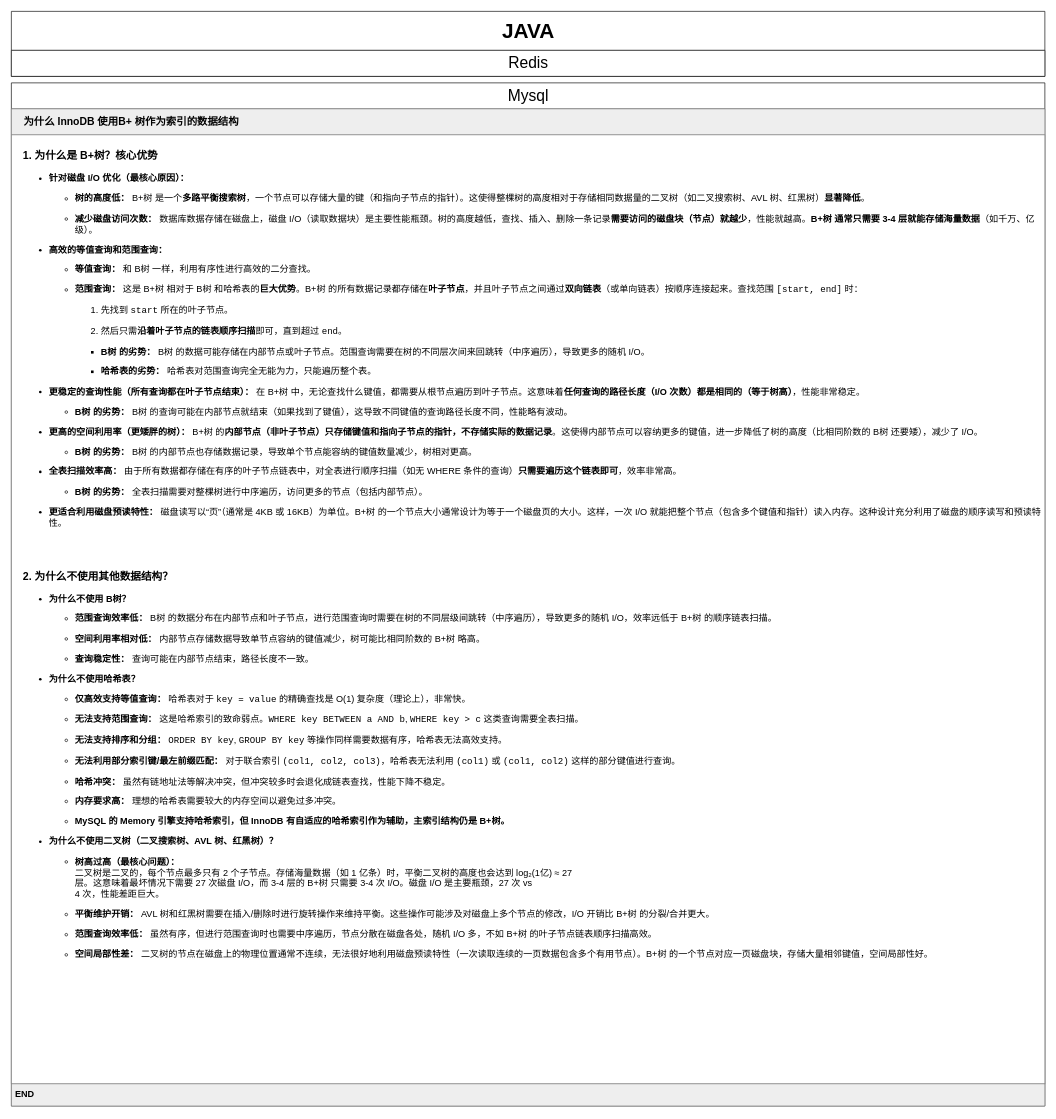
This is page "第 1 页" (1 of 2) of java.drawio from ljq199612/diagram, a draw.io file, before an edit. Source tidied: cells renumbered, new cells numbered last; positions are measured from the earlier drawing's top-left corner, leaving out a move shared by most shapes. Both pictures are drawn from the tidied source at 65%, with x=0, y=0 at pixel (11, 11).
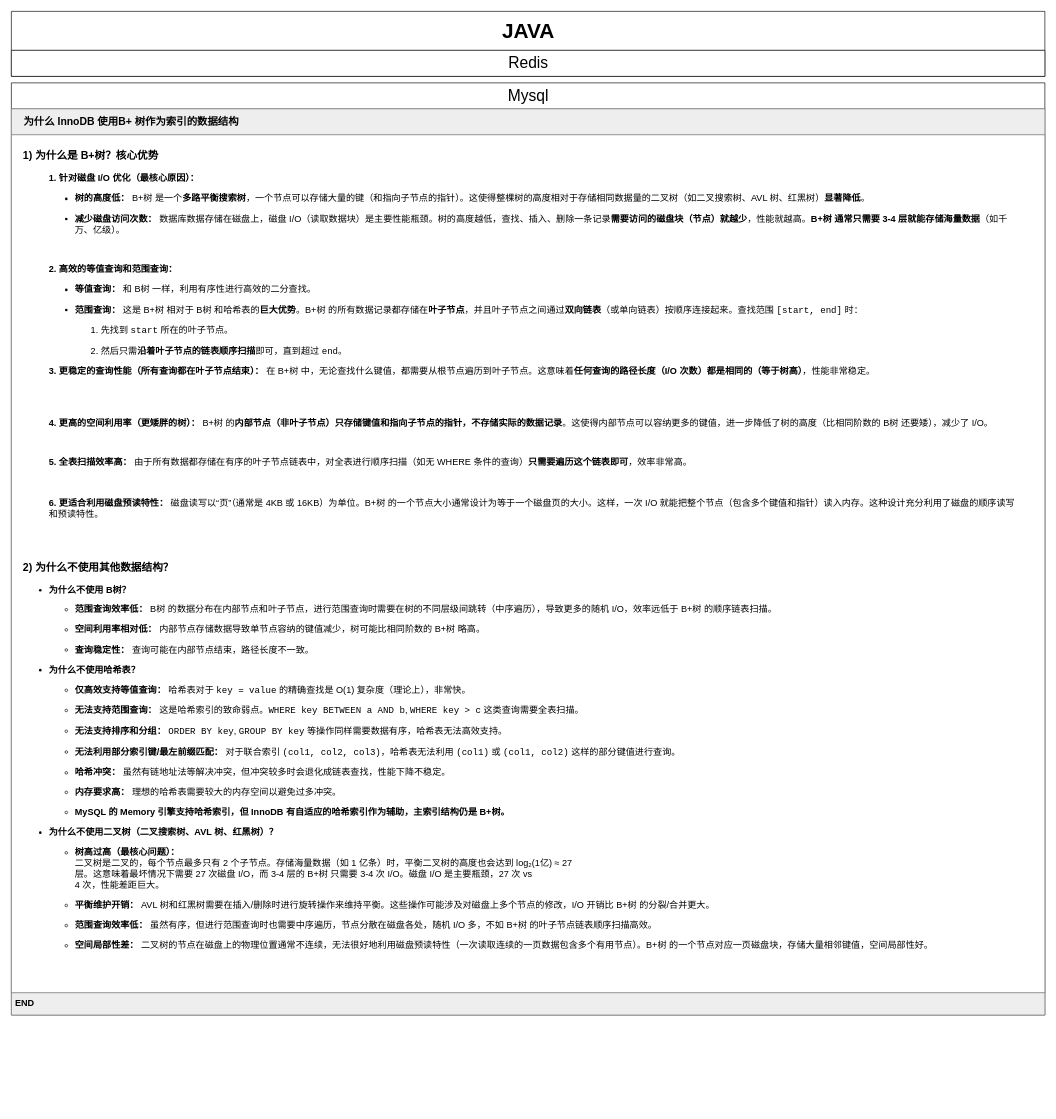
The same page after the edit.

Change to the diagram source:
```diff
@@
 <mxGraphModel>
   <root>
     <mxCell id="0" />
     <mxCell id="1" parent="0" />
     <mxCell id="2" value="&lt;font style=&quot;font-size: 32px;&quot;&gt;&lt;b&gt;JAVA&lt;/b&gt;&lt;/font&gt;" style="swimlane;fontStyle=0;horizontal=1;startSize=60;fillColor=default;html=1;" parent="1" vertex="1">
       <mxGeometry width="1590" height="100" as="geometry" />
     </mxCell>
     <mxCell id="3" value="&lt;font style=&quot;font-size: 24px;&quot;&gt;Redis&lt;/font&gt;" style="swimlane;fontStyle=0;horizontal=1;startSize=40;fillColor=default;html=1;" parent="2" vertex="1" collapsed="1">
       <mxGeometry y="60" width="1590" height="40" as="geometry" />
     </mxCell>
     <mxCell id="4" value="&lt;font style=&quot;font-size: 24px;&quot;&gt;Mysql&lt;/font&gt;" style="swimlane;fontStyle=0;horizontal=1;startSize=40;fillColor=default;html=1;" parent="1" vertex="1">
-      <mxGeometry y="110" width="1590" height="1574" as="geometry" />
+      <mxGeometry y="110" width="1590" height="1434" as="geometry" />
     </mxCell>
     <mxCell id="5" value="&lt;div align=&quot;left&quot;&gt;&lt;font style=&quot;font-size: 16px;&quot;&gt;&lt;b&gt;为什么&amp;nbsp;&lt;/b&gt;&lt;/font&gt;&lt;font style=&quot;font-size: 16px;&quot;&gt;&lt;b&gt;InnoDB 使用B+ 树作为索引的数据结构&lt;/b&gt;&lt;/font&gt;&lt;/div&gt;" style="swimlane;fontStyle=0;horizontal=1;startSize=40;fillColor=#EEEEEE;html=1;strokeColor=#808080;align=left;spacingLeft=17;" parent="4" vertex="1">
-      <mxGeometry y="40" width="1590" height="1500" as="geometry" />
+      <mxGeometry y="40" width="1590" height="1360" as="geometry" />
     </mxCell>
-    <mxCell id="6" value="&lt;h3&gt;1. 为什么是 B+树？核心优势&lt;/h3&gt;&lt;ul&gt;&lt;li&gt;&lt;p class=&quot;ds-markdown-paragraph&quot;&gt;&lt;strong&gt;针对磁盘 I/O 优化（最核心原因）：&lt;/strong&gt;&lt;/p&gt;&lt;ul&gt;&lt;li&gt;&lt;p class=&quot;ds-markdown-paragraph&quot;&gt;&lt;strong&gt;树的高度低：&lt;/strong&gt; B+树 是一个&lt;strong&gt;多路平衡搜索树&lt;/strong&gt;，一个节点可以存储大量的键（和指向子节点的指针）。这使得整棵树的高度相对于存储相同数据量的二叉树（如二叉搜索树、AVL 树、红黑树）&lt;strong&gt;显著降低&lt;/strong&gt;。&lt;/p&gt;&lt;/li&gt;&lt;li&gt;&lt;p class=&quot;ds-markdown-paragraph&quot;&gt;&lt;strong&gt;减少磁盘访问次数：&lt;/strong&gt; 数据库数据存储在磁盘上，磁盘 I/O（读取数据块）是主要性能瓶颈。树的高度越低，查找、插入、删除一条记录&lt;strong&gt;需要访问的磁盘块（节点）就越少&lt;/strong&gt;，性能就越高。&lt;b&gt;B+树 通常只需要 3-4 层就能存储海量数据&lt;/b&gt;（如千万、亿级）。&lt;/p&gt;&lt;/li&gt;&lt;/ul&gt;&lt;/li&gt;&lt;li&gt;&lt;p class=&quot;ds-markdown-paragraph&quot;&gt;&lt;strong&gt;高效的等值查询和范围查询：&lt;/strong&gt;&lt;/p&gt;&lt;ul&gt;&lt;li&gt;&lt;p class=&quot;ds-markdown-paragraph&quot;&gt;&lt;strong&gt;等值查询：&lt;/strong&gt; 和 B树 一样，利用有序性进行高效的二分查找。&lt;/p&gt;&lt;/li&gt;&lt;li&gt;&lt;p class=&quot;ds-markdown-paragraph&quot;&gt;&lt;strong&gt;范围查询：&lt;/strong&gt; 这是 B+树 相对于 B树 和哈希表的&lt;strong&gt;巨大优势&lt;/strong&gt;。B+树 的所有数据记录都存储在&lt;strong&gt;叶子节点&lt;/strong&gt;，并且叶子节点之间通过&lt;strong&gt;双向链表&lt;/strong&gt;（或单向链表）按顺序连接起来。查找范围 &lt;code&gt;[start, end]&lt;/code&gt; 时：&lt;/p&gt;&lt;ol start=&quot;1&quot;&gt;&lt;li&gt;&lt;p class=&quot;ds-markdown-paragraph&quot;&gt;先找到 &lt;code&gt;start&lt;/code&gt; 所在的叶子节点。&lt;/p&gt;&lt;/li&gt;&lt;li&gt;&lt;p class=&quot;ds-markdown-paragraph&quot;&gt;然后只需&lt;strong&gt;沿着叶子节点的链表顺序扫描&lt;/strong&gt;即可，直到超过 &lt;code&gt;end&lt;/code&gt;。&lt;/p&gt;&lt;/li&gt;&lt;/ol&gt;&lt;ul&gt;&lt;li&gt;&lt;p class=&quot;ds-markdown-paragraph&quot;&gt;&lt;strong&gt;B树 的劣势：&lt;/strong&gt; B树 的数据可能存储在内部节点或叶子节点。范围查询需要在树的不同层次间来回跳转（中序遍历），导致更多的随机 I/O。&lt;/p&gt;&lt;/li&gt;&lt;li&gt;&lt;p class=&quot;ds-markdown-paragraph&quot;&gt;&lt;strong&gt;哈希表的劣势：&lt;/strong&gt; 哈希表对范围查询完全无能为力，只能遍历整个表。&lt;/p&gt;&lt;/li&gt;&lt;/ul&gt;&lt;/li&gt;&lt;/ul&gt;&lt;/li&gt;&lt;li&gt;&lt;p class=&quot;ds-markdown-paragraph&quot;&gt;&lt;strong&gt;更稳定的查询性能（所有查询都在叶子节点结束）：&lt;/strong&gt; 在 B+树 中，无论查找什么键值，都需要从根节点遍历到叶子节点。这意味着&lt;strong&gt;任何查询的路径长度（I/O 次数）都是相同的（等于树高）&lt;/strong&gt;，性能非常稳定。&lt;/p&gt;&lt;ul&gt;&lt;li&gt;&lt;p class=&quot;ds-markdown-paragraph&quot;&gt;&lt;strong&gt;B树 的劣势：&lt;/strong&gt; B树 的查询可能在内部节点就结束（如果找到了键值），这导致不同键值的查询路径长度不同，性能略有波动。&lt;/p&gt;&lt;/li&gt;&lt;/ul&gt;&lt;/li&gt;&lt;li&gt;&lt;p class=&quot;ds-markdown-paragraph&quot;&gt;&lt;strong&gt;更高的空间利用率（更矮胖的树）：&lt;/strong&gt; B+树 的&lt;strong&gt;内部节点（非叶子节点）只存储键值和指向子节点的指针，不存储实际的数据记录&lt;/strong&gt;。这使得内部节点可以容纳更多的键值，进一步降低了树的高度（比相同阶数的 B树 还要矮），减少了 I/O。&lt;/p&gt;&lt;ul&gt;&lt;li&gt;&lt;p class=&quot;ds-markdown-paragraph&quot;&gt;&lt;strong&gt;B树 的劣势：&lt;/strong&gt; B树 的内部节点也存储数据记录，导致单个节点能容纳的键值数量减少，树相对更高。&lt;/p&gt;&lt;/li&gt;&lt;/ul&gt;&lt;/li&gt;&lt;li&gt;&lt;p class=&quot;ds-markdown-paragraph&quot;&gt;&lt;strong&gt;全表扫描效率高：&lt;/strong&gt; 由于所有数据都存储在有序的叶子节点链表中，对全表进行顺序扫描（如无 WHERE 条件的查询）&lt;strong&gt;只需要遍历这个链表即可&lt;/strong&gt;，效率非常高。&lt;/p&gt;&lt;ul&gt;&lt;li&gt;&lt;p class=&quot;ds-markdown-paragraph&quot;&gt;&lt;strong&gt;B树 的劣势：&lt;/strong&gt; 全表扫描需要对整棵树进行中序遍历，访问更多的节点（包括内部节点）。&lt;/p&gt;&lt;/li&gt;&lt;/ul&gt;&lt;/li&gt;&lt;li&gt;&lt;p class=&quot;ds-markdown-paragraph&quot;&gt;&lt;strong&gt;更适合利用磁盘预读特性：&lt;/strong&gt; 磁盘读写以“页”（通常是 4KB 或 16KB）为单位。B+树 的一个节点大小通常设计为等于一个磁盘页的大小。这样，一次 I/O 就能把整个节点（包含多个键值和指针）读入内存。这种设计充分利用了磁盘的顺序读写和预读特性。&lt;/p&gt;&lt;/li&gt;&lt;/ul&gt;&lt;div&gt;&lt;br&gt;&lt;/div&gt;&lt;div&gt;&lt;br&gt;&lt;/div&gt;&lt;div&gt;&lt;h3&gt;2. 为什么不使用其他数据结构？&lt;/h3&gt;&lt;ul&gt;&lt;li&gt;&lt;p class=&quot;ds-markdown-paragraph&quot;&gt;&lt;strong&gt;为什么不使用 B树？&lt;/strong&gt;&lt;/p&gt;&lt;ul&gt;&lt;li&gt;&lt;p class=&quot;ds-markdown-paragraph&quot;&gt;&lt;strong&gt;范围查询效率低：&lt;/strong&gt; B树 的数据分布在内部节点和叶子节点，进行范围查询时需要在树的不同层级间跳转（中序遍历），导致更多的随机 I/O，效率远低于 B+树 的顺序链表扫描。&lt;/p&gt;&lt;/li&gt;&lt;li&gt;&lt;p class=&quot;ds-markdown-paragraph&quot;&gt;&lt;strong&gt;空间利用率相对低：&lt;/strong&gt; 内部节点存储数据导致单节点容纳的键值减少，树可能比相同阶数的 B+树 略高。&lt;/p&gt;&lt;/li&gt;&lt;li&gt;&lt;p class=&quot;ds-markdown-paragraph&quot;&gt;&lt;strong&gt;查询稳定性：&lt;/strong&gt; 查询可能在内部节点结束，路径长度不一致。&lt;/p&gt;&lt;/li&gt;&lt;/ul&gt;&lt;/li&gt;&lt;li&gt;&lt;p class=&quot;ds-markdown-paragraph&quot;&gt;&lt;strong&gt;为什么不使用哈希表？&lt;/strong&gt;&lt;/p&gt;&lt;ul&gt;&lt;li&gt;&lt;p class=&quot;ds-markdown-paragraph&quot;&gt;&lt;strong&gt;仅高效支持等值查询：&lt;/strong&gt; 哈希表对于 &lt;code&gt;key = value&lt;/code&gt; 的精确查找是 O(1) 复杂度（理论上），非常快。&lt;/p&gt;&lt;/li&gt;&lt;li&gt;&lt;p class=&quot;ds-markdown-paragraph&quot;&gt;&lt;strong&gt;无法支持范围查询：&lt;/strong&gt; 这是哈希索引的致命弱点。&lt;code&gt;WHERE key BETWEEN a AND b&lt;/code&gt;, &lt;code&gt;WHERE key &amp;gt; c&lt;/code&gt; 这类查询需要全表扫描。&lt;/p&gt;&lt;/li&gt;&lt;li&gt;&lt;p class=&quot;ds-markdown-paragraph&quot;&gt;&lt;strong&gt;无法支持排序和分组：&lt;/strong&gt; &lt;code&gt;ORDER BY key&lt;/code&gt;, &lt;code&gt;GROUP BY key&lt;/code&gt; 等操作同样需要数据有序，哈希表无法高效支持。&lt;/p&gt;&lt;/li&gt;&lt;li&gt;&lt;p class=&quot;ds-markdown-paragraph&quot;&gt;&lt;strong&gt;无法利用部分索引键/最左前缀匹配：&lt;/strong&gt; 对于联合索引 &lt;code&gt;(col1, col2, col3)&lt;/code&gt;，哈希表无法利用 &lt;code&gt;(col1)&lt;/code&gt; 或 &lt;code&gt;(col1, col2)&lt;/code&gt; 这样的部分键值进行查询。&lt;/p&gt;&lt;/li&gt;&lt;li&gt;&lt;p class=&quot;ds-markdown-paragraph&quot;&gt;&lt;strong&gt;哈希冲突：&lt;/strong&gt; 虽然有链地址法等解决冲突，但冲突较多时会退化成链表查找，性能下降不稳定。&lt;/p&gt;&lt;/li&gt;&lt;li&gt;&lt;p class=&quot;ds-markdown-paragraph&quot;&gt;&lt;strong&gt;内存要求高：&lt;/strong&gt; 理想的哈希表需要较大的内存空间以避免过多冲突。&lt;/p&gt;&lt;/li&gt;&lt;li&gt;&lt;p class=&quot;ds-markdown-paragraph&quot;&gt;&lt;strong&gt;MySQL 的 Memory 引擎支持哈希索引，但 InnoDB 有自适应的哈希索引作为辅助，主索引结构仍是 B+树。&lt;/strong&gt;&lt;/p&gt;&lt;/li&gt;&lt;/ul&gt;&lt;/li&gt;&lt;li&gt;&lt;p class=&quot;ds-markdown-paragraph&quot;&gt;&lt;strong&gt;为什么不使用二叉树（二叉搜索树、AVL 树、红黑树）？&lt;/strong&gt;&lt;/p&gt;&lt;ul&gt;&lt;li&gt;&lt;p class=&quot;ds-markdown-paragraph&quot;&gt;&lt;strong&gt;树高过高（最核心问题）：&lt;/strong&gt;&lt;br&gt; 二叉树是二叉的，每个节点最多只有 2 个子节点。存储海量数据（如 1 亿条）时，平衡二叉树的高度也会达到 log₂(1亿) ≈ 27 &lt;br&gt;层。这意味着最坏情况下需要 27 次磁盘 I/O，而 3-4 层的 B+树 只需要 3-4 次 I/O。磁盘 I/O 是主要瓶颈，27 次 vs&lt;br&gt; 4 次，性能差距巨大。&lt;/p&gt;&lt;/li&gt;&lt;li&gt;&lt;p class=&quot;ds-markdown-paragraph&quot;&gt;&lt;strong&gt;平衡维护开销：&lt;/strong&gt; AVL 树和红黑树需要在插入/删除时进行旋转操作来维持平衡。这些操作可能涉及对磁盘上多个节点的修改，I/O 开销比 B+树 的分裂/合并更大。&lt;/p&gt;&lt;/li&gt;&lt;li&gt;&lt;p class=&quot;ds-markdown-paragraph&quot;&gt;&lt;strong&gt;范围查询效率低：&lt;/strong&gt; 虽然有序，但进行范围查询时也需要中序遍历，节点分散在磁盘各处，随机 I/O 多，不如 B+树 的叶子节点链表顺序扫描高效。&lt;/p&gt;&lt;/li&gt;&lt;li&gt;&lt;p class=&quot;ds-markdown-paragraph&quot;&gt;&lt;strong&gt;空间局部性差：&lt;/strong&gt; 二叉树的节点在磁盘上的物理位置通常不连续，无法很好地利用磁盘预读特性（一次读取连续的一页数据包含多个有用节点）。B+树 的一个节点对应一页磁盘块，存储大量相邻键值，空间局部性好。&lt;/p&gt;&lt;/li&gt;&lt;/ul&gt;&lt;/li&gt;&lt;/ul&gt;&lt;br&gt;&lt;/div&gt;" style="text;align=left;verticalAlign=top;spacingLeft=16;spacingRight=4;overflow=hidden;whiteSpace=wrap;html=1;fontSize=14;fillColor=default;strokeColor=#808080;" parent="5" vertex="1">
-      <mxGeometry y="40" width="1590" height="1460" as="geometry" />
+    <mxCell id="6" value="&lt;h3&gt;1) 为什么是 B+树？核心优势&lt;/h3&gt;&lt;blockquote&gt;&lt;div align=&quot;left&quot;&gt;&lt;p class=&quot;ds-markdown-paragraph&quot;&gt;&lt;strong&gt;1. 针对磁盘 I/O 优化（最核心原因）：&lt;/strong&gt;&lt;/p&gt;&lt;ul&gt;&lt;li&gt;&lt;p class=&quot;ds-markdown-paragraph&quot;&gt;&lt;strong&gt;树的高度低：&lt;/strong&gt; B+树 是一个&lt;strong&gt;多路平衡搜索树&lt;/strong&gt;，一个节点可以存储大量的键（和指向子节点的指针）。这使得整棵树的高度相对于存储相同数据量的二叉树（如二叉搜索树、AVL 树、红黑树）&lt;strong&gt;显著降低&lt;/strong&gt;。&lt;/p&gt;&lt;/li&gt;&lt;li&gt;&lt;p class=&quot;ds-markdown-paragraph&quot;&gt;&lt;strong&gt;减少磁盘访问次数：&lt;/strong&gt; 数据库数据存储在磁盘上，磁盘 I/O（读取数据块）是主要性能瓶颈。树的高度越低，查找、插入、删除一条记录&lt;strong&gt;需要访问的磁盘块（节点）就越少&lt;/strong&gt;，性能就越高。&lt;b&gt;B+树 通常只需要 3-4 层就能存储海量数据&lt;/b&gt;（如千万、亿级）。&lt;/p&gt;&lt;/li&gt;&lt;/ul&gt;&lt;br&gt;&lt;p class=&quot;ds-markdown-paragraph&quot;&gt;&lt;strong&gt;2. 高效的等值查询和范围查询：&lt;/strong&gt;&lt;/p&gt;&lt;ul&gt;&lt;li&gt;&lt;p class=&quot;ds-markdown-paragraph&quot;&gt;&lt;strong&gt;等值查询：&lt;/strong&gt; 和 B树 一样，利用有序性进行高效的二分查找。&lt;/p&gt;&lt;/li&gt;&lt;li&gt;&lt;p class=&quot;ds-markdown-paragraph&quot;&gt;&lt;strong&gt;范围查询：&lt;/strong&gt; 这是 B+树 相对于 B树 和哈希表的&lt;strong&gt;巨大优势&lt;/strong&gt;。B+树 的所有数据记录都存储在&lt;strong&gt;叶子节点&lt;/strong&gt;，并且叶子节点之间通过&lt;strong&gt;双向链表&lt;/strong&gt;（或单向链表）按顺序连接起来。查找范围 &lt;code&gt;[start, end]&lt;/code&gt; 时：&lt;/p&gt;&lt;ol start=&quot;1&quot;&gt;&lt;li&gt;&lt;p class=&quot;ds-markdown-paragraph&quot;&gt;先找到 &lt;code&gt;start&lt;/code&gt; 所在的叶子节点。&lt;/p&gt;&lt;/li&gt;&lt;li&gt;&lt;p class=&quot;ds-markdown-paragraph&quot;&gt;然后只需&lt;strong&gt;沿着叶子节点的链表顺序扫描&lt;/strong&gt;即可，直到超过 &lt;code&gt;end&lt;/code&gt;。&lt;/p&gt;&lt;/li&gt;&lt;/ol&gt;&lt;/li&gt;&lt;/ul&gt;&lt;p class=&quot;ds-markdown-paragraph&quot;&gt;&lt;strong&gt;3. 更稳定的查询性能（所有查询都在叶子节点结束）：&lt;/strong&gt; 在 B+树 中，无论查找什么键值，都需要从根节点遍历到叶子节点。这意味着&lt;strong&gt;任何查询的路径长度（I/O 次数）都是相同的（等于树高）&lt;/strong&gt;，性能非常稳定。&lt;/p&gt;&lt;br&gt;&lt;br&gt;&lt;p class=&quot;ds-markdown-paragraph&quot;&gt;&lt;strong&gt;4. 更高的空间利用率（更矮胖的树）：&lt;/strong&gt; B+树 的&lt;strong&gt;内部节点（非叶子节点）只存储键值和指向子节点的指针，不存储实际的数据记录&lt;/strong&gt;。这使得内部节点可以容纳更多的键值，进一步降低了树的高度（比相同阶数的 B树 还要矮），减少了 I/O。&lt;/p&gt;&lt;p class=&quot;ds-markdown-paragraph&quot;&gt;&lt;strong&gt;&lt;br&gt;&lt;/strong&gt;&lt;/p&gt;&lt;p class=&quot;ds-markdown-paragraph&quot;&gt;&lt;strong&gt;5. 全表扫描效率高：&lt;/strong&gt; 由于所有数据都存储在有序的叶子节点链表中，对全表进行顺序扫描（如无 WHERE 条件的查询）&lt;strong&gt;只需要遍历这个链表即可&lt;/strong&gt;，效率非常高。&lt;/p&gt;&lt;p class=&quot;ds-markdown-paragraph&quot;&gt;&lt;strong&gt;&lt;br&gt;&lt;/strong&gt;&lt;/p&gt;&lt;p class=&quot;ds-markdown-paragraph&quot;&gt;&lt;strong&gt;6. 更适合利用磁盘预读特性：&lt;/strong&gt; 磁盘读写以“页”（通常是 4KB 或 16KB）为单位。B+树 的一个节点大小通常设计为等于一个磁盘页的大小。这样，一次 I/O 就能把整个节点（包含多个键值和指针）读入内存。这种设计充分利用了磁盘的顺序读写和预读特性。&lt;/p&gt;&lt;/div&gt;&lt;/blockquote&gt;&lt;div&gt;&lt;br&gt;&lt;/div&gt;&lt;div&gt;&lt;br&gt;&lt;/div&gt;&lt;div&gt;&lt;h3&gt;2) 为什么不使用其他数据结构？&lt;/h3&gt;&lt;ul&gt;&lt;li&gt;&lt;p class=&quot;ds-markdown-paragraph&quot;&gt;&lt;strong&gt;为什么不使用 B树？&lt;/strong&gt;&lt;/p&gt;&lt;ul&gt;&lt;li&gt;&lt;p class=&quot;ds-markdown-paragraph&quot;&gt;&lt;strong&gt;范围查询效率低：&lt;/strong&gt; B树 的数据分布在内部节点和叶子节点，进行范围查询时需要在树的不同层级间跳转（中序遍历），导致更多的随机 I/O，效率远低于 B+树 的顺序链表扫描。&lt;/p&gt;&lt;/li&gt;&lt;li&gt;&lt;p class=&quot;ds-markdown-paragraph&quot;&gt;&lt;strong&gt;空间利用率相对低：&lt;/strong&gt; 内部节点存储数据导致单节点容纳的键值减少，树可能比相同阶数的 B+树 略高。&lt;/p&gt;&lt;/li&gt;&lt;li&gt;&lt;p class=&quot;ds-markdown-paragraph&quot;&gt;&lt;strong&gt;查询稳定性：&lt;/strong&gt; 查询可能在内部节点结束，路径长度不一致。&lt;/p&gt;&lt;/li&gt;&lt;/ul&gt;&lt;/li&gt;&lt;li&gt;&lt;p class=&quot;ds-markdown-paragraph&quot;&gt;&lt;strong&gt;为什么不使用哈希表？&lt;/strong&gt;&lt;/p&gt;&lt;ul&gt;&lt;li&gt;&lt;p class=&quot;ds-markdown-paragraph&quot;&gt;&lt;strong&gt;仅高效支持等值查询：&lt;/strong&gt; 哈希表对于 &lt;code&gt;key = value&lt;/code&gt; 的精确查找是 O(1) 复杂度（理论上），非常快。&lt;/p&gt;&lt;/li&gt;&lt;li&gt;&lt;p class=&quot;ds-markdown-paragraph&quot;&gt;&lt;strong&gt;无法支持范围查询：&lt;/strong&gt; 这是哈希索引的致命弱点。&lt;code&gt;WHERE key BETWEEN a AND b&lt;/code&gt;, &lt;code&gt;WHERE key &amp;gt; c&lt;/code&gt; 这类查询需要全表扫描。&lt;/p&gt;&lt;/li&gt;&lt;li&gt;&lt;p class=&quot;ds-markdown-paragraph&quot;&gt;&lt;strong&gt;无法支持排序和分组：&lt;/strong&gt; &lt;code&gt;ORDER BY key&lt;/code&gt;, &lt;code&gt;GROUP BY key&lt;/code&gt; 等操作同样需要数据有序，哈希表无法高效支持。&lt;/p&gt;&lt;/li&gt;&lt;li&gt;&lt;p class=&quot;ds-markdown-paragraph&quot;&gt;&lt;strong&gt;无法利用部分索引键/最左前缀匹配：&lt;/strong&gt; 对于联合索引 &lt;code&gt;(col1, col2, col3)&lt;/code&gt;，哈希表无法利用 &lt;code&gt;(col1)&lt;/code&gt; 或 &lt;code&gt;(col1, col2)&lt;/code&gt; 这样的部分键值进行查询。&lt;/p&gt;&lt;/li&gt;&lt;li&gt;&lt;p class=&quot;ds-markdown-paragraph&quot;&gt;&lt;strong&gt;哈希冲突：&lt;/strong&gt; 虽然有链地址法等解决冲突，但冲突较多时会退化成链表查找，性能下降不稳定。&lt;/p&gt;&lt;/li&gt;&lt;li&gt;&lt;p class=&quot;ds-markdown-paragraph&quot;&gt;&lt;strong&gt;内存要求高：&lt;/strong&gt; 理想的哈希表需要较大的内存空间以避免过多冲突。&lt;/p&gt;&lt;/li&gt;&lt;li&gt;&lt;p class=&quot;ds-markdown-paragraph&quot;&gt;&lt;strong&gt;MySQL 的 Memory 引擎支持哈希索引，但 InnoDB 有自适应的哈希索引作为辅助，主索引结构仍是 B+树。&lt;/strong&gt;&lt;/p&gt;&lt;/li&gt;&lt;/ul&gt;&lt;/li&gt;&lt;li&gt;&lt;p class=&quot;ds-markdown-paragraph&quot;&gt;&lt;strong&gt;为什么不使用二叉树（二叉搜索树、AVL 树、红黑树）？&lt;/strong&gt;&lt;/p&gt;&lt;ul&gt;&lt;li&gt;&lt;p class=&quot;ds-markdown-paragraph&quot;&gt;&lt;strong&gt;树高过高（最核心问题）：&lt;/strong&gt;&lt;br&gt; 二叉树是二叉的，每个节点最多只有 2 个子节点。存储海量数据（如 1 亿条）时，平衡二叉树的高度也会达到 log₂(1亿) ≈ 27 &lt;br&gt;层。这意味着最坏情况下需要 27 次磁盘 I/O，而 3-4 层的 B+树 只需要 3-4 次 I/O。磁盘 I/O 是主要瓶颈，27 次 vs&lt;br&gt; 4 次，性能差距巨大。&lt;/p&gt;&lt;/li&gt;&lt;li&gt;&lt;p class=&quot;ds-markdown-paragraph&quot;&gt;&lt;strong&gt;平衡维护开销：&lt;/strong&gt; AVL 树和红黑树需要在插入/删除时进行旋转操作来维持平衡。这些操作可能涉及对磁盘上多个节点的修改，I/O 开销比 B+树 的分裂/合并更大。&lt;/p&gt;&lt;/li&gt;&lt;li&gt;&lt;p class=&quot;ds-markdown-paragraph&quot;&gt;&lt;strong&gt;范围查询效率低：&lt;/strong&gt; 虽然有序，但进行范围查询时也需要中序遍历，节点分散在磁盘各处，随机 I/O 多，不如 B+树 的叶子节点链表顺序扫描高效。&lt;/p&gt;&lt;/li&gt;&lt;li&gt;&lt;p class=&quot;ds-markdown-paragraph&quot;&gt;&lt;strong&gt;空间局部性差：&lt;/strong&gt; 二叉树的节点在磁盘上的物理位置通常不连续，无法很好地利用磁盘预读特性（一次读取连续的一页数据包含多个有用节点）。B+树 的一个节点对应一页磁盘块，存储大量相邻键值，空间局部性好。&lt;/p&gt;&lt;/li&gt;&lt;/ul&gt;&lt;/li&gt;&lt;/ul&gt;&lt;br&gt;&lt;/div&gt;" style="text;align=left;verticalAlign=top;spacingLeft=16;spacingRight=4;overflow=hidden;whiteSpace=wrap;html=1;fontSize=14;fillColor=default;strokeColor=#808080;" parent="5" vertex="1">
+      <mxGeometry y="40" width="1590" height="1320" as="geometry" />
     </mxCell>
     <mxCell id="7" value="&lt;font style=&quot;font-size: 14px;&quot;&gt;&lt;b&gt;&lt;font&gt;END&lt;/font&gt;&lt;/b&gt;&lt;/font&gt;" style="text;align=left;verticalAlign=top;spacingLeft=4;spacingRight=4;overflow=hidden;whiteSpace=wrap;html=1;fillColor=#EEEEEE;strokeColor=#808080;" parent="4" vertex="1">
-      <mxGeometry y="1540" width="1590" height="34" as="geometry" />
+      <mxGeometry y="1400" width="1590" height="34" as="geometry" />
     </mxCell>
   </root>
 </mxGraphModel>
```
